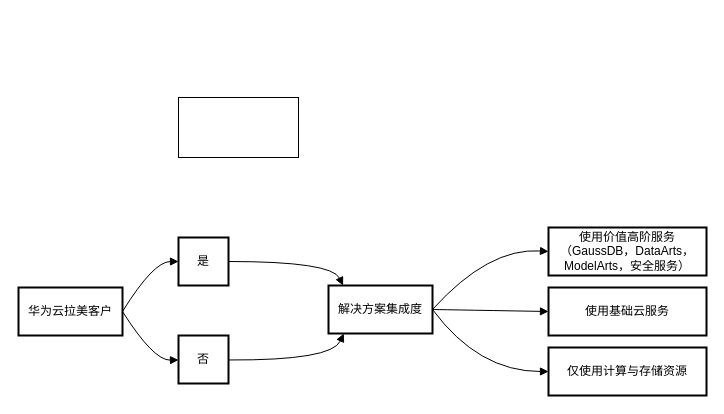
The draw.io diagram ISV Development Rule.drawio in yeal911/draw.io, before the edit. Source tidied: cells renumbered, new cells numbered last; positions are measured from the earlier drawing's top-left corner, leaving out a move shared by most shapes. Both pictures are drawn from the tidied source at 100%, with x=0, y=0 at pixel (18, 97).
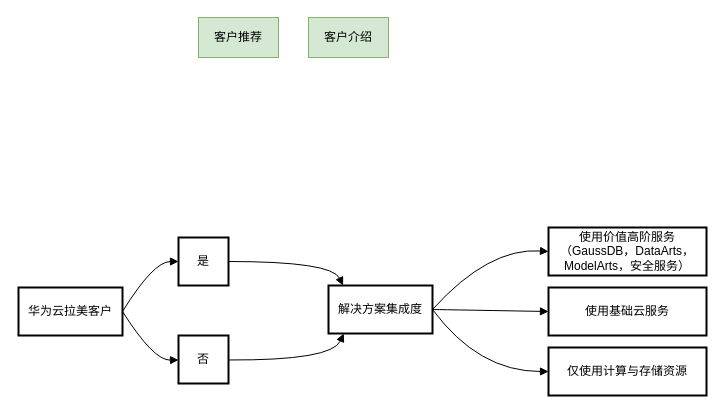
After the change.

Change to the diagram source:
```diff
@@
-    <mxCell id="16" style="rounded=0;whiteSpace=wrap;html=1;" parent="1" vertex="1">
-      <mxGeometry x="160" width="120" height="60" as="geometry" />
+    <mxCell id="16" value="客户推荐" style="rounded=0;whiteSpace=wrap;html=1;fillColor=#d5e8d4;strokeColor=#82b366;" parent="1" vertex="1">
+      <mxGeometry x="180" y="-80" width="80" height="40" as="geometry" />
     </mxCell>
+    <mxCell id="17" value="客户介绍" style="rounded=0;whiteSpace=wrap;html=1;fillColor=#d5e8d4;strokeColor=#82b366;" parent="1" vertex="1">
+      <mxGeometry x="290" y="-80" width="80" height="40" as="geometry" />
+    </mxCell>
```
